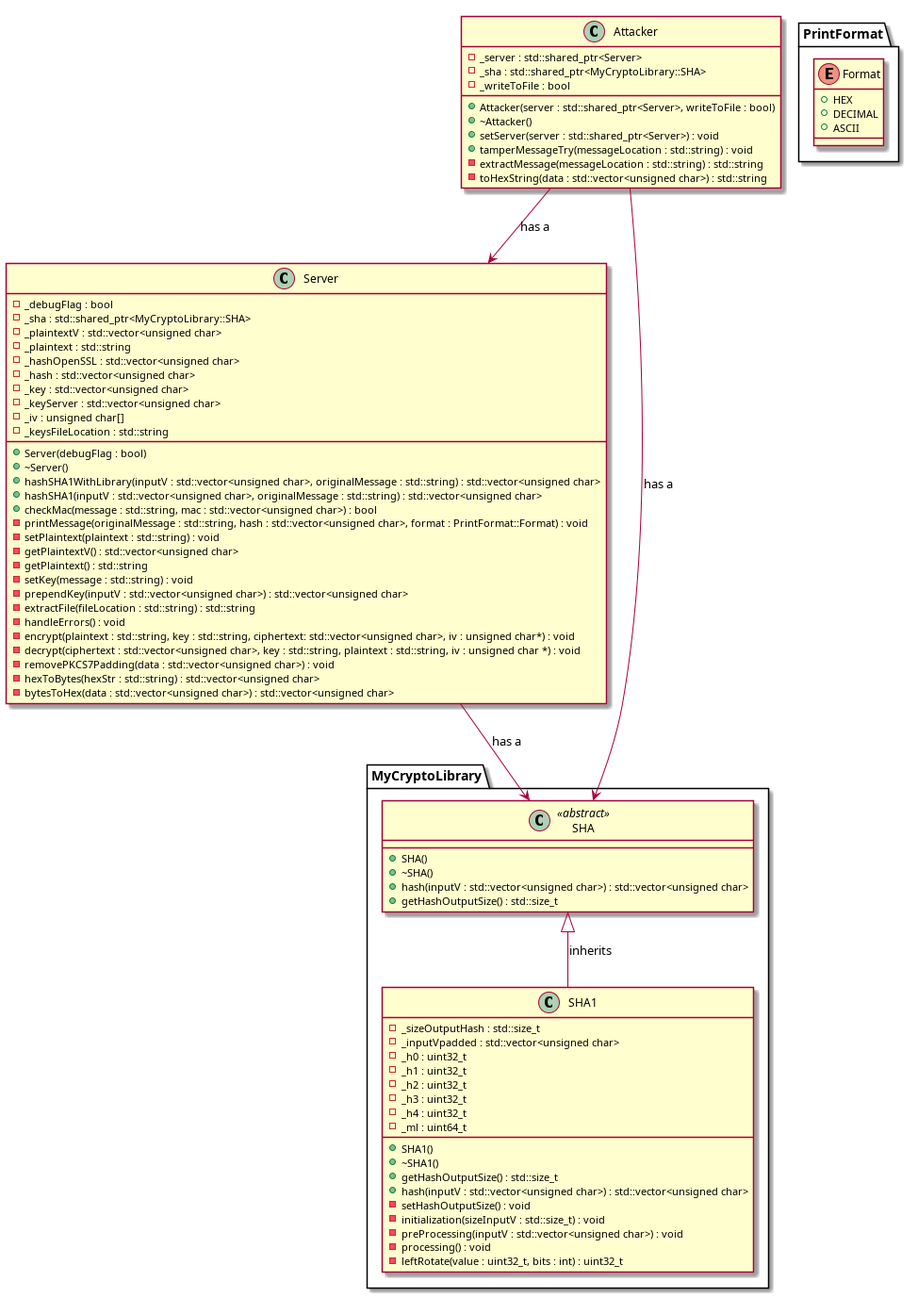
This is Cryptopals_resolutions/4-Set_4/cryptopals_set_4_problem_28/uml_diagrams/class_diagram.png from Photon-einstein/Cryptopals, a PlantUML export, as it was before one commit. Its source is kept beside it as Cryptopals_resolutions/4-Set_4/cryptopals_set_4_problem_28/uml_diagrams/class_diagram.puml.
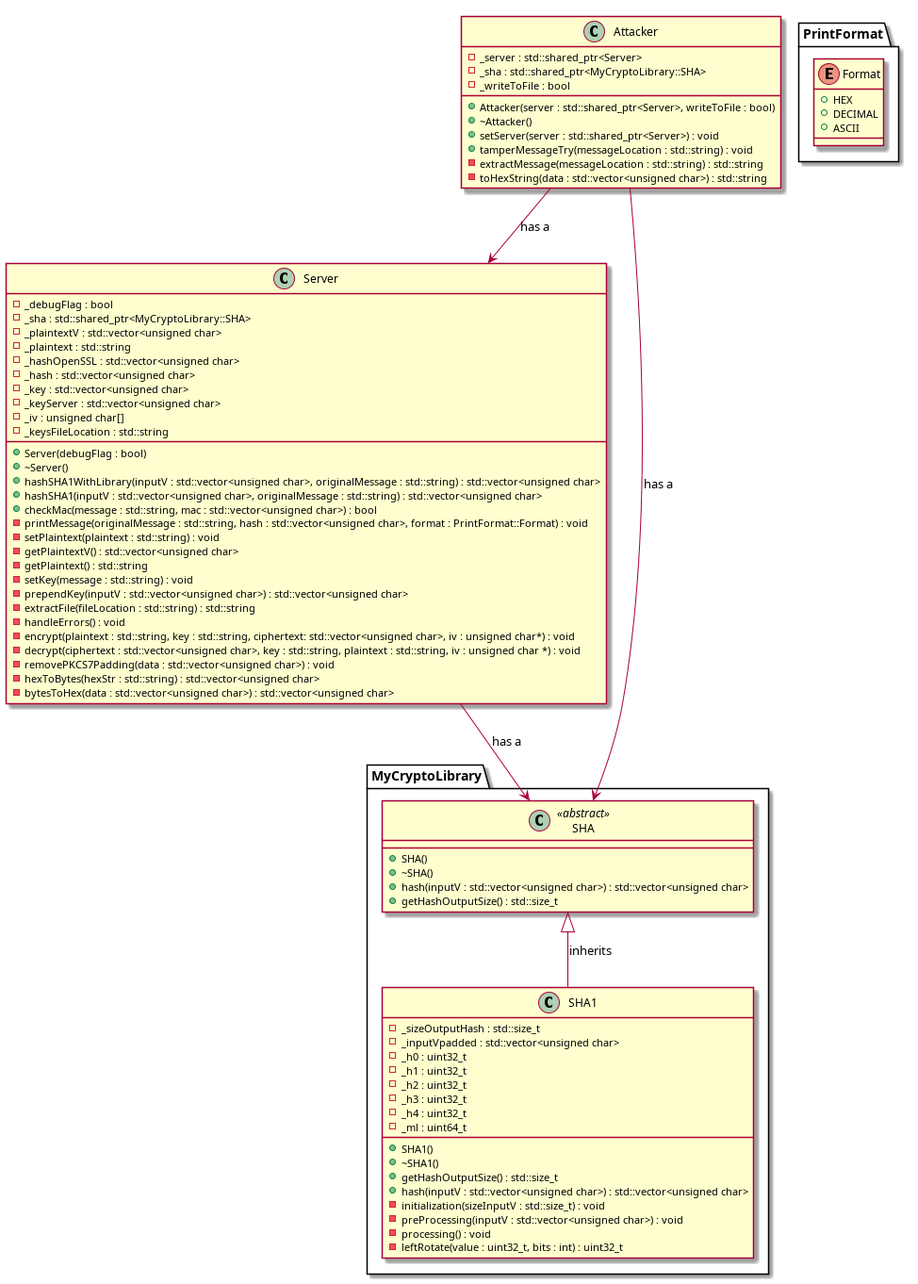
After the commit.

Change to the diagram source:
```diff
@@ -62,7 +62,6 @@
         + ~SHA1()
         + getHashOutputSize() : std::size_t
         + hash(inputV : std::vector<unsigned char>) : std::vector<unsigned char>
-        - setHashOutputSize() : void
         - initialization(sizeInputV : std::size_t) : void
         - preProcessing(inputV : std::vector<unsigned char>) : void
         - processing() : void
```
